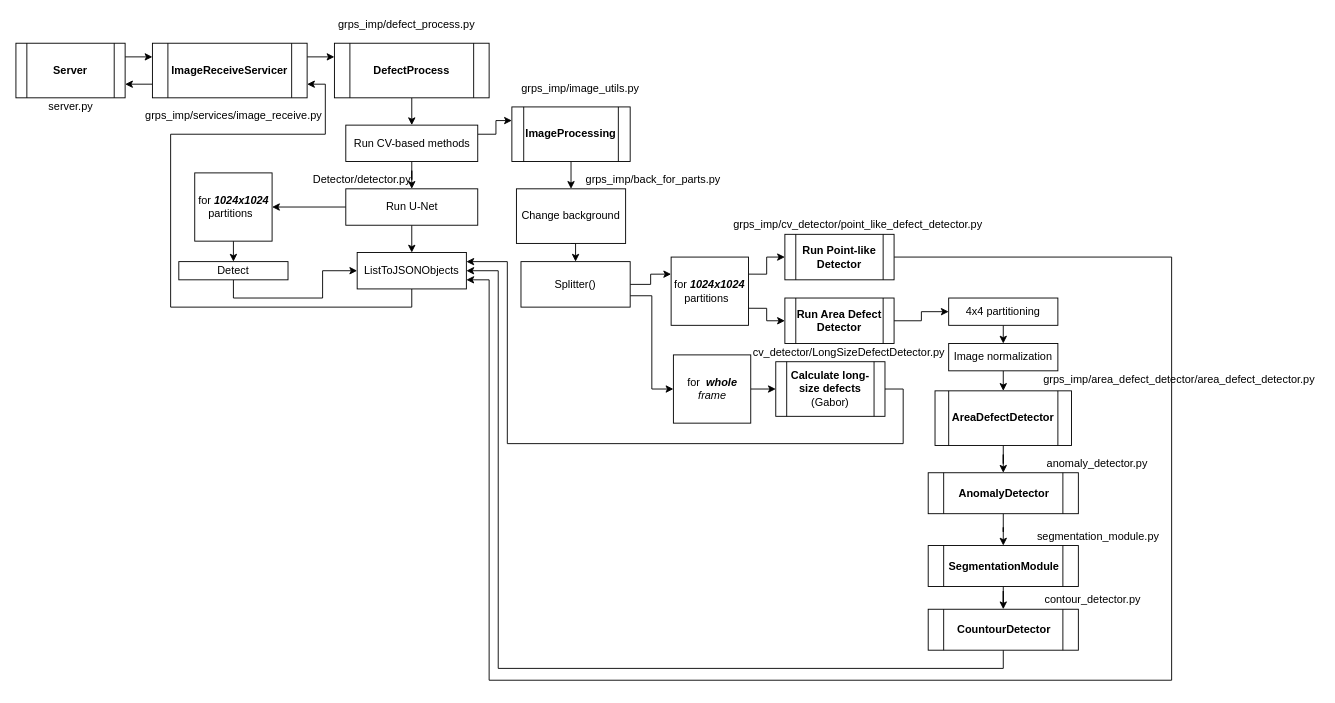
The draw.io diagram lacit_degectService.drawio in Mike335207/work, before the edit. Source tidied: cells renumbered, new cells numbered last; positions are measured from the earlier drawing's top-left corner, leaving out a move shared by most shapes. Both pictures are drawn from the tidied source at 91%, with x=0, y=0 at pixel (15, 15).
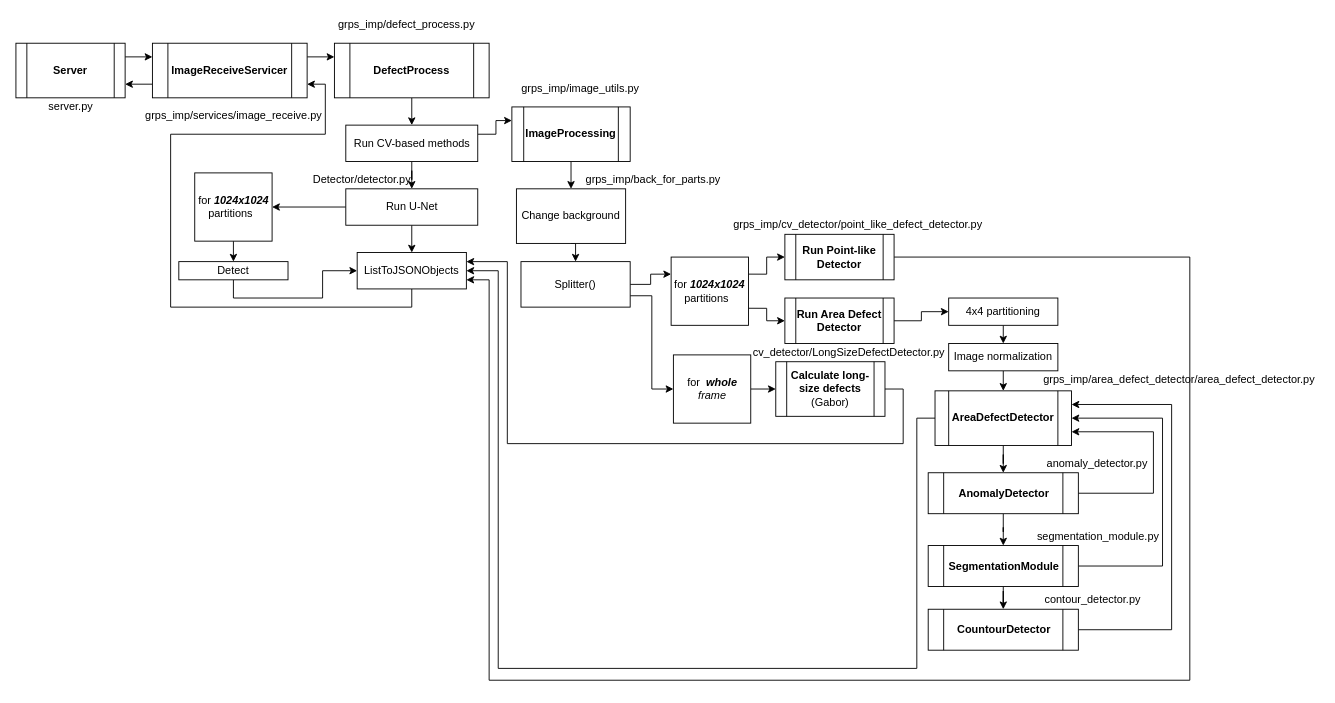
The same diagram, later.

The change refers to these unchanged cells:
```xml
<mxCell id="30" value="Run Point-like Detector" style="shape=process;whiteSpace=wrap;html=1;backgroundOutline=1;fontStyle=1;" parent="1" vertex="1">
  <mxGeometry x="845" y="240" width="120" height="50" as="geometry" />
</mxCell>
<mxCell id="44" value="AreaDefectDetector" style="shape=process;whiteSpace=wrap;html=1;backgroundOutline=1;fontStyle=1;" parent="1" vertex="1">
  <mxGeometry x="1010" y="412" width="150" height="60" as="geometry" />
</mxCell>
<mxCell id="47" value="AnomalyDetector" style="shape=process;whiteSpace=wrap;html=1;backgroundOutline=1;fontStyle=1;" parent="1" vertex="1">
  <mxGeometry x="1002.5" y="502" width="165" height="45" as="geometry" />
</mxCell>
<mxCell id="49" value="SegmentationModule" style="shape=process;whiteSpace=wrap;html=1;backgroundOutline=1;fontStyle=1;" parent="1" vertex="1">
  <mxGeometry x="1002.5" y="582" width="165" height="45" as="geometry" />
</mxCell>
<mxCell id="51" value="CountourDetector" style="shape=process;whiteSpace=wrap;html=1;backgroundOutline=1;fontStyle=1;" parent="1" vertex="1">
  <mxGeometry x="1002.5" y="652" width="165" height="45" as="geometry" />
</mxCell>
<mxCell id="62" value="ListToJSONObjects" style="rounded=0;whiteSpace=wrap;html=1;" parent="1" vertex="1">
  <mxGeometry x="375" y="260" width="120" height="40" as="geometry" />
</mxCell>
```

The edit, as a diff of the source:
```diff
@@
     <mxCell id="29" style="edgeStyle=orthogonalEdgeStyle;rounded=0;jettySize=auto;html=1;exitX=1;exitY=0.5;exitDx=0;exitDy=0;entryX=1;entryY=0.75;entryDx=0;entryDy=0;" parent="1" edge="1" source="30" target="62">
       <mxGeometry relative="1" as="geometry">
         <Array as="points">
-          <mxPoint x="1270" y="265" />
-          <mxPoint x="1270" y="730" />
+          <mxPoint x="1290" y="265" />
+          <mxPoint x="1290" y="730" />
           <mxPoint x="520" y="730" />
           <mxPoint x="520" y="290" />
         </Array>
       </mxGeometry>
     </mxCell>
@@
+    <mxCell id="64" style="edgeStyle=orthogonalEdgeStyle;rounded=0;jettySize=auto;html=1;exitX=1;exitY=0.5;exitDx=0;exitDy=0;entryX=1;entryY=0.75;entryDx=0;entryDy=0;" parent="1" edge="1" source="47" target="44">
+      <mxGeometry relative="1" as="geometry">
+        <Array as="points">
+          <mxPoint x="1250" y="525" />
+          <mxPoint x="1250" y="457" />
+        </Array>
+      </mxGeometry>
+    </mxCell>
@@
+    <mxCell id="65" style="edgeStyle=orthogonalEdgeStyle;rounded=0;jettySize=auto;html=1;exitX=1;exitY=0.5;exitDx=0;exitDy=0;entryX=1;entryY=0.5;entryDx=0;entryDy=0;" parent="1" edge="1" source="49" target="44">
+      <mxGeometry relative="1" as="geometry">
+        <Array as="points">
+          <mxPoint x="1260" y="605" />
+          <mxPoint x="1260" y="442" />
+        </Array>
+      </mxGeometry>
+    </mxCell>
@@
-    <mxCell id="50" style="edgeStyle=orthogonalEdgeStyle;rounded=0;jettySize=auto;html=1;exitX=0.5;exitY=1;exitDx=0;exitDy=0;entryX=1;entryY=0.5;entryDx=0;entryDy=0;" parent="1" edge="1" source="51" target="62">
+    <mxCell id="50" style="edgeStyle=orthogonalEdgeStyle;rounded=0;jettySize=auto;html=1;exitX=0;exitY=0.5;exitDx=0;exitDy=0;entryX=1;entryY=0.5;entryDx=0;entryDy=0;" parent="1" edge="1" source="44" target="62">
       <mxGeometry relative="1" as="geometry">
         <Array as="points">
-          <mxPoint x="1085" y="717" />
+          <mxPoint x="990" y="442" />
+          <mxPoint x="990" y="717" />
           <mxPoint x="530" y="717" />
           <mxPoint x="530" y="280" />
         </Array>
       </mxGeometry>
     </mxCell>
+    <mxCell id="66" style="edgeStyle=orthogonalEdgeStyle;rounded=0;jettySize=auto;html=1;exitX=1;exitY=0.5;exitDx=0;exitDy=0;entryX=1;entryY=0.25;entryDx=0;entryDy=0;" parent="1" edge="1" source="51" target="44">
+      <mxGeometry relative="1" as="geometry">
+        <Array as="points">
+          <mxPoint x="1270" y="675" />
+          <mxPoint x="1270" y="427" />
+        </Array>
+      </mxGeometry>
+    </mxCell>
```
